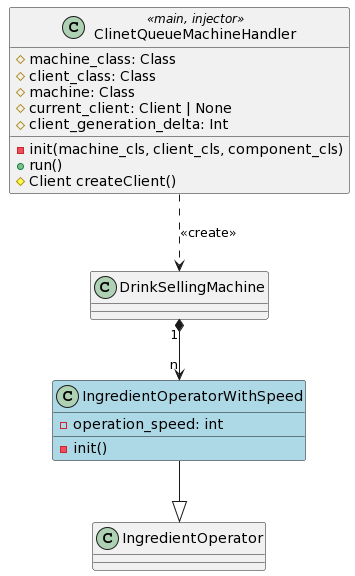
This is design/problem_book/drinks-selling-machine/UML/ext1/ext1.png from rserdyukov/programdesign-cource, a PlantUML export, as it was before one commit. Source of this version:
```plantuml
@startuml
class ClinetQueueMachineHandler <<main, injector>> {
  # machine_class: Class
  # client_class: Class
  # machine: Class
  # current_client: Client | None
  # client_generation_delta: Int

  - init(machine_cls, client_cls, component_cls)
  + run()
  # Client createClient()
}

class DrinkSellingMachine
class IngredientOperator

ClinetQueueMachineHandler ..> DrinkSellingMachine: <<create>>

class IngredientOperatorWithSpeed #lightblue {
  -operation_speed: int

  - init()
}

DrinkSellingMachine "1" *--> "n" IngredientOperatorWithSpeed
IngredientOperatorWithSpeed --|> IngredientOperator
@enduml
```
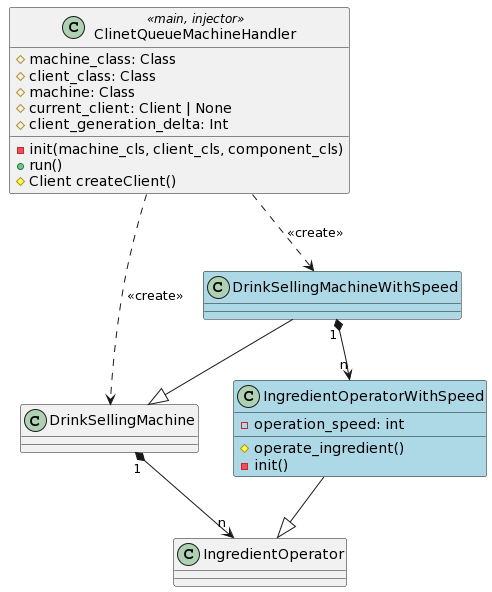
The same file after the commit.

Change to the diagram source:
```diff
@@ -12,16 +12,22 @@
 }
 
 class DrinkSellingMachine
+class DrinkSellingMachineWithSpeed #lightblue
 class IngredientOperator
 
 ClinetQueueMachineHandler ..> DrinkSellingMachine: <<create>>
+ClinetQueueMachineHandler ..> DrinkSellingMachineWithSpeed: <<create>>
 
 class IngredientOperatorWithSpeed #lightblue {
   -operation_speed: int
 
+  # operate_ingredient()
   - init()
 }
 
-DrinkSellingMachine "1" *--> "n" IngredientOperatorWithSpeed
+DrinkSellingMachine "1" *--> "n" IngredientOperator
 IngredientOperatorWithSpeed --|> IngredientOperator
+
+DrinkSellingMachineWithSpeed --|> DrinkSellingMachine
+DrinkSellingMachineWithSpeed "1" *--> "n" IngredientOperatorWithSpeed
 @enduml
```
